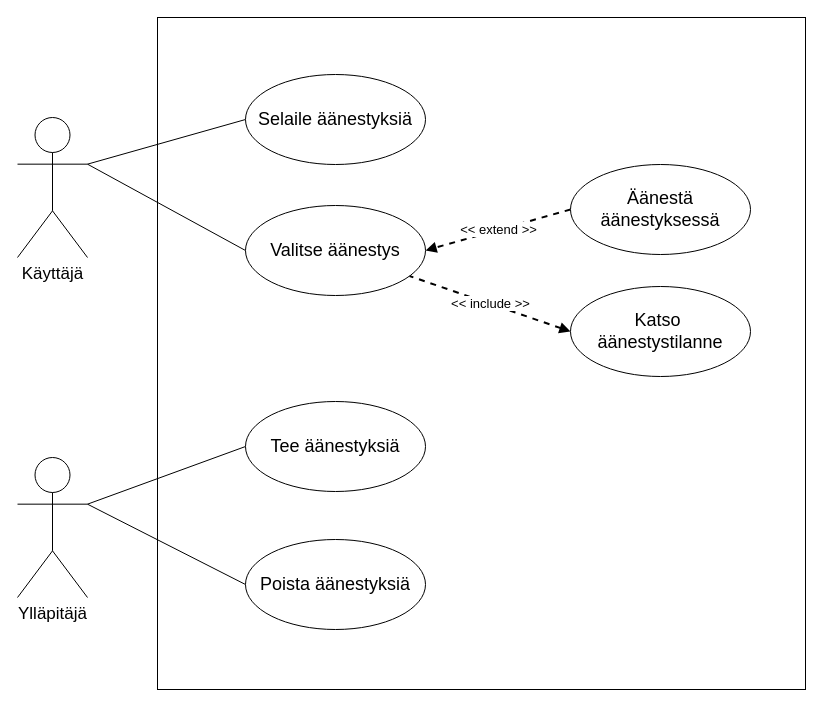
Earlier version of the draw.io diagram Use Case -kaavio.drawio (JojoSnow/Aanestys-sovellus). Source tidied: cells renumbered, new cells numbered last; positions are measured from the earlier drawing's top-left corner, leaving out a move shared by most shapes. Both pictures are drawn from the tidied source at 100%, with x=0, y=0 at pixel (17, 17).
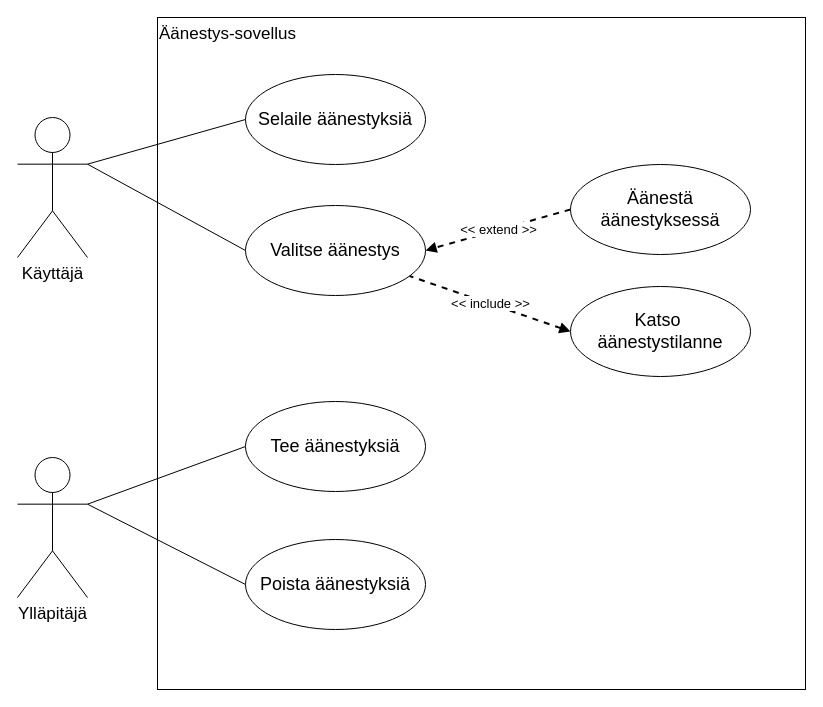
Above is the later version.

Commit message:
use case done

The edit, as a diff of the source:
```diff
@@
 <mxGraphModel>
   <root>
     <mxCell id="0" />
     <mxCell id="1" parent="0" />
     <mxCell id="2" value="Käyttäjä" style="shape=umlActor;verticalLabelPosition=bottom;verticalAlign=top;html=1;fontSize=17;" parent="1" vertex="1">
       <mxGeometry y="100" width="70" height="140" as="geometry" />
     </mxCell>
-    <mxCell id="3" style="rounded=0;whiteSpace=wrap;html=1;fillColor=none;" parent="1" vertex="1">
+    <mxCell id="3" value="Äänestys-sovellus" style="rounded=0;whiteSpace=wrap;html=1;fillColor=none;align=left;verticalAlign=top;fontSize=17;" parent="1" vertex="1">
       <mxGeometry x="140" width="648" height="672" as="geometry" />
     </mxCell>
     <mxCell id="4" style="rounded=0;jettySize=auto;html=1;exitX=0;exitY=0.5;exitDx=0;exitDy=0;entryX=1;entryY=0.3333333333333333;entryDx=0;entryDy=0;entryPerimeter=0;fontSize=17;endArrow=none;endFill=0;" parent="1" edge="1" source="5" target="2">
       <mxGeometry relative="1" as="geometry" />
     </mxCell>
     <mxCell id="5" value="Selaile äänestyksiä" style="ellipse;whiteSpace=wrap;html=1;fontSize=18;fillColor=default;" parent="1" vertex="1">
       <mxGeometry x="228" y="57" width="180" height="90" as="geometry" />
     </mxCell>
     <mxCell id="6" style="edgeStyle=none;rounded=0;jettySize=auto;html=1;exitX=0;exitY=0.5;exitDx=0;exitDy=0;entryX=1;entryY=0.3333333333333333;entryDx=0;entryDy=0;entryPerimeter=0;fontSize=17;endArrow=none;endFill=0;" parent="1" edge="1" source="7" target="2">
       <mxGeometry relative="1" as="geometry" />
     </mxCell>
     <mxCell id="7" value="Valitse äänestys" style="ellipse;whiteSpace=wrap;html=1;fontSize=18;fillColor=default;" parent="1" vertex="1">
       <mxGeometry x="228" y="188" width="180" height="90" as="geometry" />
     </mxCell>
     <mxCell id="8" value="&amp;lt;&amp;lt; include &amp;gt;&amp;gt;" style="edgeStyle=none;rounded=0;jettySize=auto;html=1;exitX=0;exitY=0.5;exitDx=0;exitDy=0;fontSize=13;endArrow=none;endFill=0;dashed=1;strokeWidth=2;startArrow=block;startFill=1;" parent="1" edge="1" source="9" target="7">
       <mxGeometry relative="1" as="geometry" />
     </mxCell>
     <mxCell id="9" value="Katso&amp;nbsp; äänestystilanne" style="ellipse;whiteSpace=wrap;html=1;fontSize=18;fillColor=default;" parent="1" vertex="1">
       <mxGeometry x="553" y="269" width="180" height="90" as="geometry" />
     </mxCell>
     <mxCell id="10" value="&amp;lt;&amp;lt; extend &amp;gt;&amp;gt;" style="edgeStyle=none;rounded=0;jettySize=auto;html=1;exitX=0;exitY=0.5;exitDx=0;exitDy=0;entryX=1;entryY=0.5;entryDx=0;entryDy=0;fontSize=13;endArrow=block;endFill=1;dashed=1;strokeWidth=2;startArrow=none;startFill=0;" parent="1" edge="1" source="11" target="7">
       <mxGeometry relative="1" as="geometry" />
     </mxCell>
     <mxCell id="11" value="Äänestä äänestyksessä" style="ellipse;whiteSpace=wrap;html=1;fontSize=18;fillColor=default;" parent="1" vertex="1">
       <mxGeometry x="553" y="147" width="180" height="90" as="geometry" />
     </mxCell>
     <mxCell id="12" value="Ylläpitäjä" style="shape=umlActor;verticalLabelPosition=bottom;verticalAlign=top;html=1;fontSize=17;" parent="1" vertex="1">
       <mxGeometry y="440" width="70" height="140" as="geometry" />
     </mxCell>
     <mxCell id="13" style="edgeStyle=none;rounded=0;jettySize=auto;html=1;exitX=0;exitY=0.5;exitDx=0;exitDy=0;entryX=1;entryY=0.3333333333333333;entryDx=0;entryDy=0;entryPerimeter=0;fontSize=17;endArrow=none;endFill=0;" parent="1" edge="1" source="14" target="12">
       <mxGeometry relative="1" as="geometry" />
     </mxCell>
     <mxCell id="14" value="Tee äänestyksiä" style="ellipse;whiteSpace=wrap;html=1;fontSize=18;fillColor=default;" parent="1" vertex="1">
       <mxGeometry x="228" y="384" width="180" height="90" as="geometry" />
     </mxCell>
     <mxCell id="15" style="edgeStyle=none;rounded=0;jettySize=auto;html=1;exitX=0;exitY=0.5;exitDx=0;exitDy=0;entryX=1;entryY=0.3333333333333333;entryDx=0;entryDy=0;entryPerimeter=0;fontSize=17;endArrow=none;endFill=0;" parent="1" edge="1" source="16" target="12">
       <mxGeometry relative="1" as="geometry" />
     </mxCell>
     <mxCell id="16" value="Poista äänestyksiä" style="ellipse;whiteSpace=wrap;html=1;fontSize=18;fillColor=default;" parent="1" vertex="1">
       <mxGeometry x="228" y="522" width="180" height="90" as="geometry" />
     </mxCell>
   </root>
 </mxGraphModel>
```
